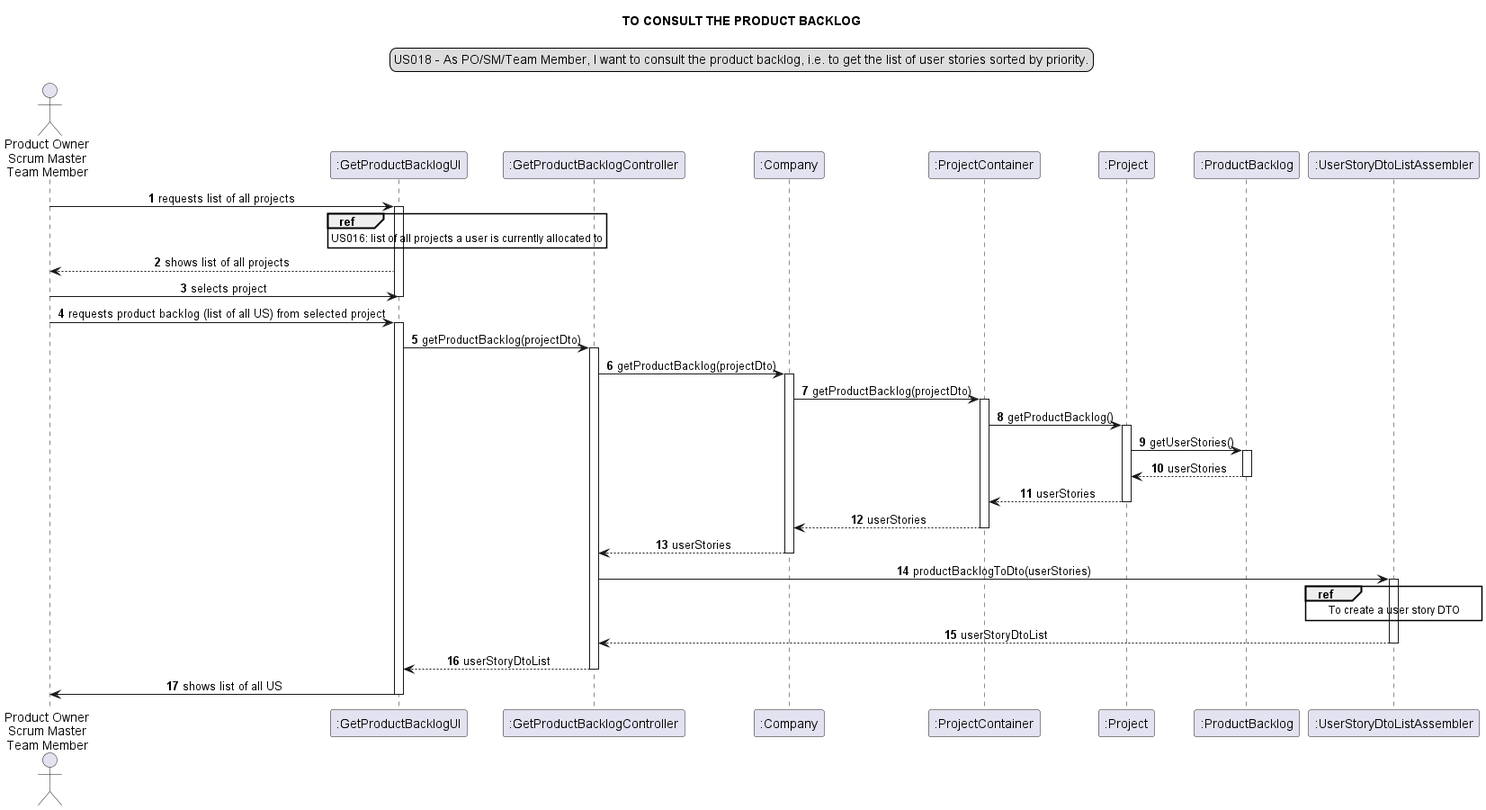
Loracline/project_switch_22-23 keeps this PlantUML diagram as docs/modelling_design/user_stories/sprint03/us018/US018_sequenceDiagram-TO_CONSULT_THE_PRODUCT_BACKLOG.png. Above is the earlier version.
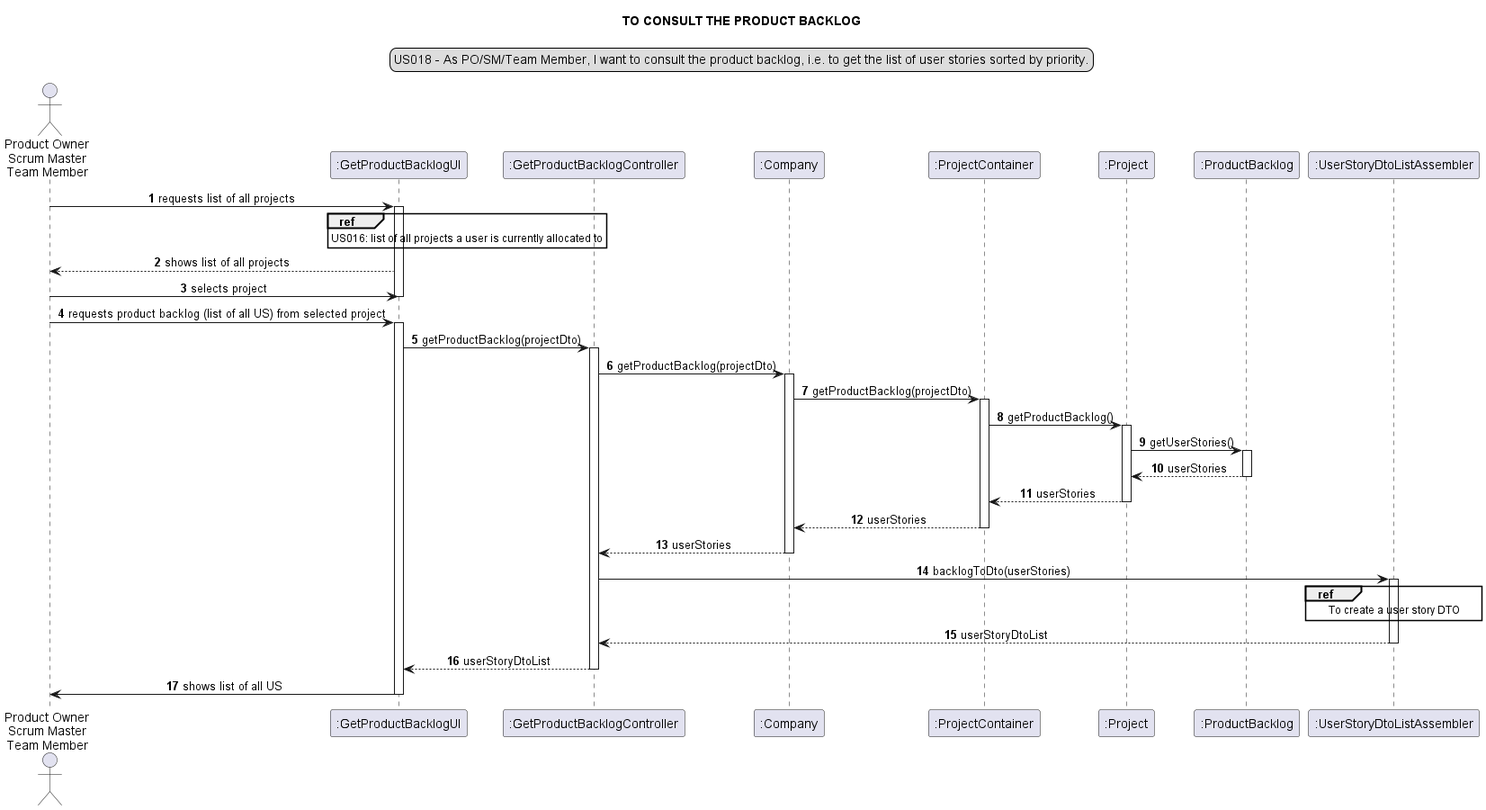
The same file after the commit.

Commit message:
US018: Design: Updated SD (added png file), addresses #25

The edit, as a diff of the source:
```diff
@@ -47,7 +47,7 @@
 deactivate container
 company --> controller: userStories
 deactivate company
-controller -> builder: productBacklogToDto(userStories)
+controller -> builder: backlogToDto(userStories)
 activate builder
 ref over builder: To create a user story DTO
 builder --> controller: userStoryDtoList
```
